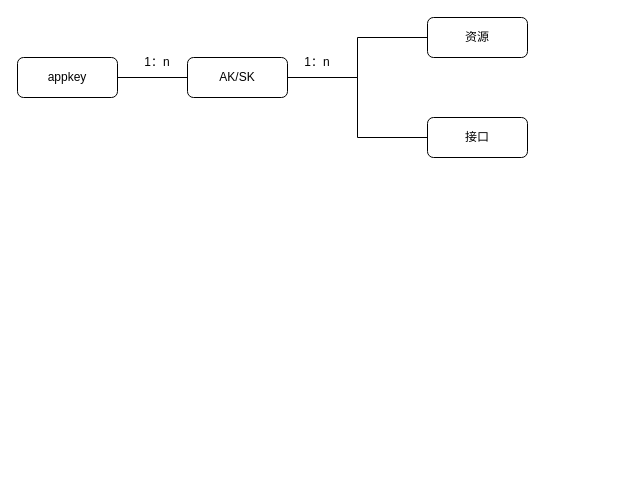
yamilinqh/spicedb keeps this draw.io diagram as rds权限模型.drawio. Above is the earlier version. Source tidied: cells renumbered, new cells numbered last; positions are measured from the earlier drawing's top-left corner, leaving out a move shared by most shapes. Both pictures are drawn from the tidied source at 100%, with x=0, y=0 at pixel (17, 17).
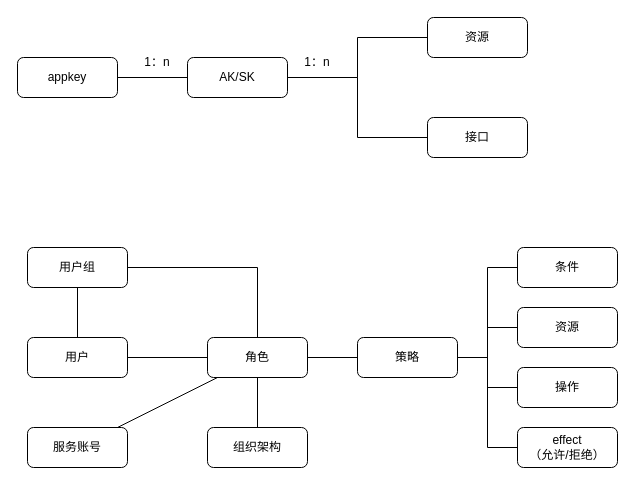
After the change.

What changed in the source:
```diff
@@
+    <mxCell id="11" style="edgeStyle=orthogonalEdgeStyle;rounded=0;jettySize=auto;html=1;endArrow=none;endFill=0;" parent="1" edge="1" source="12" target="15">
+      <mxGeometry relative="1" as="geometry" />
+    </mxCell>
+    <mxCell id="12" value="用户" style="rounded=1;whiteSpace=wrap;html=1;" parent="1" vertex="1">
+      <mxGeometry x="10" y="320" width="100" height="40" as="geometry" />
+    </mxCell>
+    <mxCell id="13" style="edgeStyle=orthogonalEdgeStyle;shape=connector;rounded=0;jettySize=auto;html=1;labelBackgroundColor=default;strokeColor=default;fontFamily=Helvetica;fontSize=11;fontColor=default;endArrow=none;endFill=0;" parent="1" edge="1" source="15" target="20">
+      <mxGeometry relative="1" as="geometry" />
+    </mxCell>
+    <mxCell id="14" style="edgeStyle=orthogonalEdgeStyle;shape=connector;rounded=0;jettySize=auto;html=1;labelBackgroundColor=default;strokeColor=default;fontFamily=Helvetica;fontSize=11;fontColor=default;endArrow=none;endFill=0;" parent="1" edge="1" source="15" target="30">
+      <mxGeometry relative="1" as="geometry" />
+    </mxCell>
+    <mxCell id="15" value="角色" style="rounded=1;whiteSpace=wrap;html=1;" parent="1" vertex="1">
+      <mxGeometry x="190" y="320" width="100" height="40" as="geometry" />
+    </mxCell>
+    <mxCell id="16" style="edgeStyle=orthogonalEdgeStyle;shape=connector;rounded=0;jettySize=auto;html=1;entryX=0;entryY=0.5;entryDx=0;entryDy=0;labelBackgroundColor=default;strokeColor=default;fontFamily=Helvetica;fontSize=11;fontColor=default;endArrow=none;endFill=0;" parent="1" edge="1" source="20" target="24">
+      <mxGeometry relative="1" as="geometry" />
+    </mxCell>
+    <mxCell id="17" style="edgeStyle=orthogonalEdgeStyle;shape=connector;rounded=0;jettySize=auto;html=1;labelBackgroundColor=default;strokeColor=default;fontFamily=Helvetica;fontSize=11;fontColor=default;endArrow=none;endFill=0;" parent="1" edge="1" source="20" target="21">
+      <mxGeometry relative="1" as="geometry" />
+    </mxCell>
+    <mxCell id="18" style="edgeStyle=orthogonalEdgeStyle;shape=connector;rounded=0;jettySize=auto;html=1;labelBackgroundColor=default;strokeColor=default;fontFamily=Helvetica;fontSize=11;fontColor=default;endArrow=none;endFill=0;" parent="1" edge="1" source="20" target="22">
+      <mxGeometry relative="1" as="geometry" />
+    </mxCell>
+    <mxCell id="19" style="edgeStyle=orthogonalEdgeStyle;shape=connector;rounded=0;jettySize=auto;html=1;entryX=0;entryY=0.5;entryDx=0;entryDy=0;labelBackgroundColor=default;strokeColor=default;fontFamily=Helvetica;fontSize=11;fontColor=default;endArrow=none;endFill=0;" parent="1" edge="1" source="20" target="23">
+      <mxGeometry relative="1" as="geometry" />
+    </mxCell>
+    <mxCell id="20" value="策略" style="rounded=1;whiteSpace=wrap;html=1;" parent="1" vertex="1">
+      <mxGeometry x="340" y="320" width="100" height="40" as="geometry" />
+    </mxCell>
+    <mxCell id="21" value="资源" style="rounded=1;whiteSpace=wrap;html=1;" parent="1" vertex="1">
+      <mxGeometry x="500" y="290" width="100" height="40" as="geometry" />
+    </mxCell>
+    <mxCell id="22" value="操作" style="rounded=1;whiteSpace=wrap;html=1;" parent="1" vertex="1">
+      <mxGeometry x="500" y="350" width="100" height="40" as="geometry" />
+    </mxCell>
+    <mxCell id="23" value="effect&lt;br&gt;（允许/拒绝）" style="rounded=1;whiteSpace=wrap;html=1;" parent="1" vertex="1">
+      <mxGeometry x="500" y="410" width="100" height="40" as="geometry" />
+    </mxCell>
+    <mxCell id="24" value="条件" style="rounded=1;whiteSpace=wrap;html=1;" parent="1" vertex="1">
+      <mxGeometry x="500" y="230" width="100" height="40" as="geometry" />
+    </mxCell>
+    <mxCell id="25" style="edgeStyle=orthogonalEdgeStyle;shape=connector;rounded=0;jettySize=auto;html=1;labelBackgroundColor=default;strokeColor=default;fontFamily=Helvetica;fontSize=11;fontColor=default;endArrow=none;endFill=0;" parent="1" edge="1" source="27" target="15">
+      <mxGeometry relative="1" as="geometry" />
+    </mxCell>
+    <mxCell id="26" style="edgeStyle=orthogonalEdgeStyle;shape=connector;rounded=0;jettySize=auto;html=1;labelBackgroundColor=default;strokeColor=default;fontFamily=Helvetica;fontSize=11;fontColor=default;endArrow=none;endFill=0;" parent="1" edge="1" source="27" target="12">
+      <mxGeometry relative="1" as="geometry" />
+    </mxCell>
+    <mxCell id="27" value="用户组" style="rounded=1;whiteSpace=wrap;html=1;" parent="1" vertex="1">
+      <mxGeometry x="10" y="230" width="100" height="40" as="geometry" />
+    </mxCell>
+    <mxCell id="28" style="shape=connector;rounded=0;jettySize=auto;html=1;labelBackgroundColor=default;strokeColor=default;fontFamily=Helvetica;fontSize=11;fontColor=default;endArrow=none;endFill=0;" parent="1" edge="1" source="29" target="15">
+      <mxGeometry relative="1" as="geometry" />
+    </mxCell>
+    <mxCell id="29" value="服务账号" style="rounded=1;whiteSpace=wrap;html=1;" parent="1" vertex="1">
+      <mxGeometry x="10" y="410" width="100" height="40" as="geometry" />
+    </mxCell>
+    <mxCell id="30" value="组织架构" style="rounded=1;whiteSpace=wrap;html=1;" parent="1" vertex="1">
+      <mxGeometry x="190" y="410" width="100" height="40" as="geometry" />
+    </mxCell>
```
